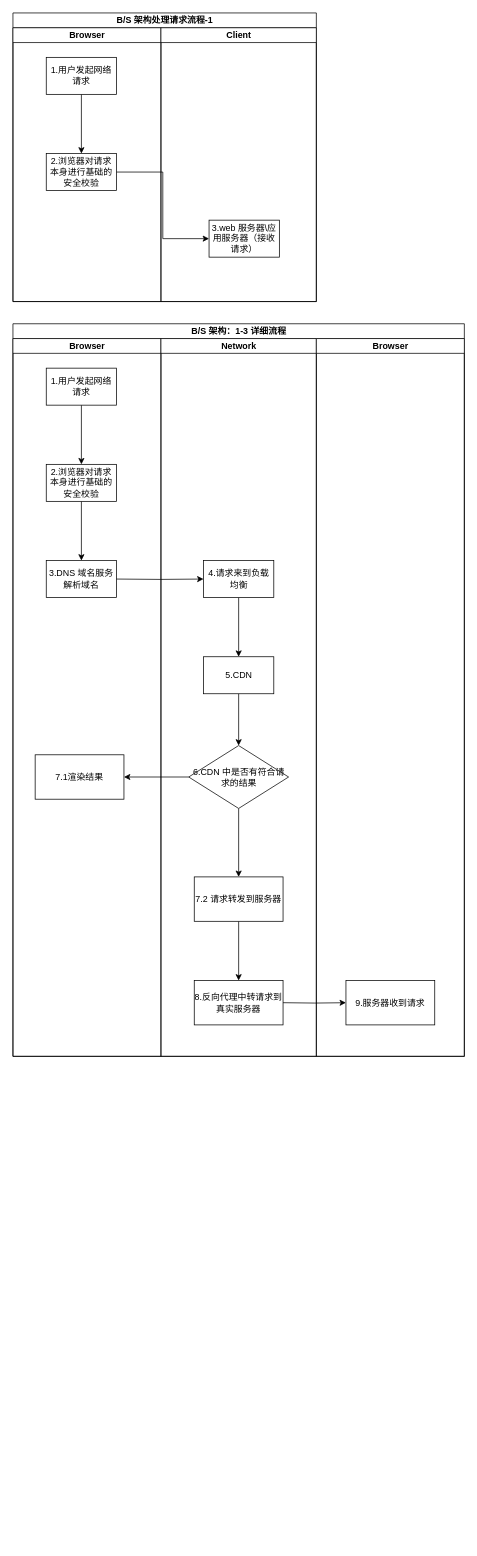
Earlier version of the draw.io diagram BS 架构 1-4 流程.drawio (viki2333/viki). Source tidied: cells renumbered, new cells numbered last; positions are measured from the earlier drawing's top-left corner, leaving out a move shared by most shapes. Both pictures are drawn from the tidied source at 74%, with x=0, y=0 at pixel (13, 13).
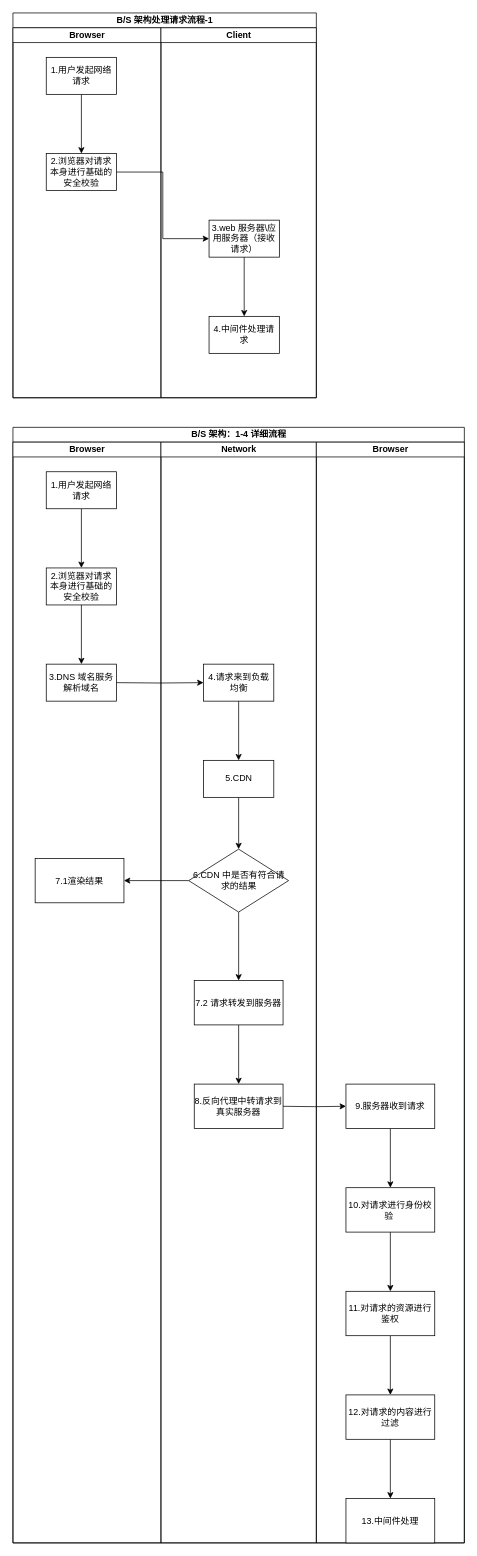
The same page after the edit.

Commit message (it also covers changes not shown here):
更新BS 架构 1-4 流程.drawio

The change refers to these unchanged cells:
```xml
<mxCell id="8" value="3.web 服务器\应用服务器（接收请求）" style="rounded=0;whiteSpace=wrap;html=1;" parent="7" vertex="1">
  <mxGeometry x="65" y="260" width="95" height="50" as="geometry" />
</mxCell>
<mxCell id="31" value="9.服务器收到请求" style="whiteSpace=wrap;html=1;rounded=0;" parent="30" vertex="1">
  <mxGeometry x="40" y="867.5" width="120" height="60" as="geometry" />
</mxCell>
```

What changed in the source:
```diff
@@
     <mxCell id="2" value="B/S 架构处理请求流程-1" style="swimlane;startSize=20;html=1;" parent="1" vertex="1">
-      <mxGeometry width="410" height="390" as="geometry" />
+      <mxGeometry width="410" height="520" as="geometry" />
     </mxCell>
     <mxCell id="3" value="Browser" style="swimlane;startSize=20;html=1;" parent="2" vertex="1">
-      <mxGeometry y="20" width="200" height="370" as="geometry" />
+      <mxGeometry y="20" width="200" height="500" as="geometry" />
     </mxCell>
@@
     <mxCell id="7" value="Client" style="swimlane;startSize=20;html=1;" parent="2" vertex="1">
-      <mxGeometry x="200" y="20" width="210" height="370" as="geometry" />
+      <mxGeometry x="200" y="20" width="210" height="500" as="geometry" />
     </mxCell>
+    <mxCell id="33" style="edgeStyle=orthogonalEdgeStyle;rounded=0;jettySize=auto;html=1;" parent="7" edge="1" source="8" target="34">
+      <mxGeometry relative="1" as="geometry" />
+    </mxCell>
@@
+    <mxCell id="34" value="4.中间件处理请求" style="rounded=0;whiteSpace=wrap;html=1;" parent="7" vertex="1">
+      <mxGeometry x="65" y="390" width="95" height="50" as="geometry" />
+    </mxCell>
@@
-    <mxCell id="10" value="B/S 架构：1-3 详细流程" style="swimlane;startSize=20;html=1;" parent="1" vertex="1">
-      <mxGeometry y="420" width="610" height="990" as="geometry" />
+    <mxCell id="10" value="B/S 架构：1-4 详细流程" style="swimlane;startSize=20;html=1;" parent="1" vertex="1">
+      <mxGeometry y="560" width="610" height="1507.5" as="geometry" />
     </mxCell>
     <mxCell id="11" value="Browser" style="swimlane;startSize=20;html=1;" parent="10" vertex="1">
-      <mxGeometry y="20" width="200" height="970" as="geometry" />
+      <mxGeometry y="20" width="200" height="1487.5" as="geometry" />
     </mxCell>
@@
     <mxCell id="20" value="Network" style="swimlane;startSize=20;html=1;" parent="10" vertex="1">
-      <mxGeometry x="200" y="20" width="210" height="970" as="geometry" />
+      <mxGeometry x="200" y="20" width="210" height="1487.5" as="geometry" />
     </mxCell>
@@
     <mxCell id="30" value="Browser" style="swimlane;startSize=20;html=1;" parent="10" vertex="1">
-      <mxGeometry x="410" y="20" width="200" height="970" as="geometry" />
+      <mxGeometry x="410" y="20" width="200" height="1487.5" as="geometry" />
     </mxCell>
+    <mxCell id="35" style="edgeStyle=orthogonalEdgeStyle;rounded=0;jettySize=auto;html=1;" parent="30" edge="1" source="31" target="37">
+      <mxGeometry relative="1" as="geometry" />
+    </mxCell>
@@
+    <mxCell id="36" style="edgeStyle=orthogonalEdgeStyle;rounded=0;jettySize=auto;html=1;" parent="30" edge="1" source="37" target="39">
+      <mxGeometry relative="1" as="geometry" />
+    </mxCell>
+    <mxCell id="37" value="10.对请求进行身份校验&amp;nbsp;" style="whiteSpace=wrap;html=1;rounded=0;" parent="30" vertex="1">
+      <mxGeometry x="40" y="1007.5" width="120" height="60" as="geometry" />
+    </mxCell>
+    <mxCell id="38" style="edgeStyle=orthogonalEdgeStyle;rounded=0;jettySize=auto;html=1;" parent="30" edge="1" source="39" target="41">
+      <mxGeometry relative="1" as="geometry" />
+    </mxCell>
+    <mxCell id="39" value="11.对请求的资源进行鉴权" style="whiteSpace=wrap;html=1;rounded=0;" parent="30" vertex="1">
+      <mxGeometry x="40" y="1147.5" width="120" height="60" as="geometry" />
+    </mxCell>
+    <mxCell id="40" style="edgeStyle=orthogonalEdgeStyle;rounded=0;jettySize=auto;html=1;" parent="30" edge="1" source="41" target="42">
+      <mxGeometry relative="1" as="geometry" />
+    </mxCell>
+    <mxCell id="41" value="12.对请求的内容进行过滤" style="whiteSpace=wrap;html=1;rounded=0;" parent="30" vertex="1">
+      <mxGeometry x="40" y="1287.5" width="120" height="60" as="geometry" />
+    </mxCell>
+    <mxCell id="42" value="13.中间件处理" style="whiteSpace=wrap;html=1;rounded=0;" parent="30" vertex="1">
+      <mxGeometry x="40" y="1427.5" width="120" height="60" as="geometry" />
+    </mxCell>
```
